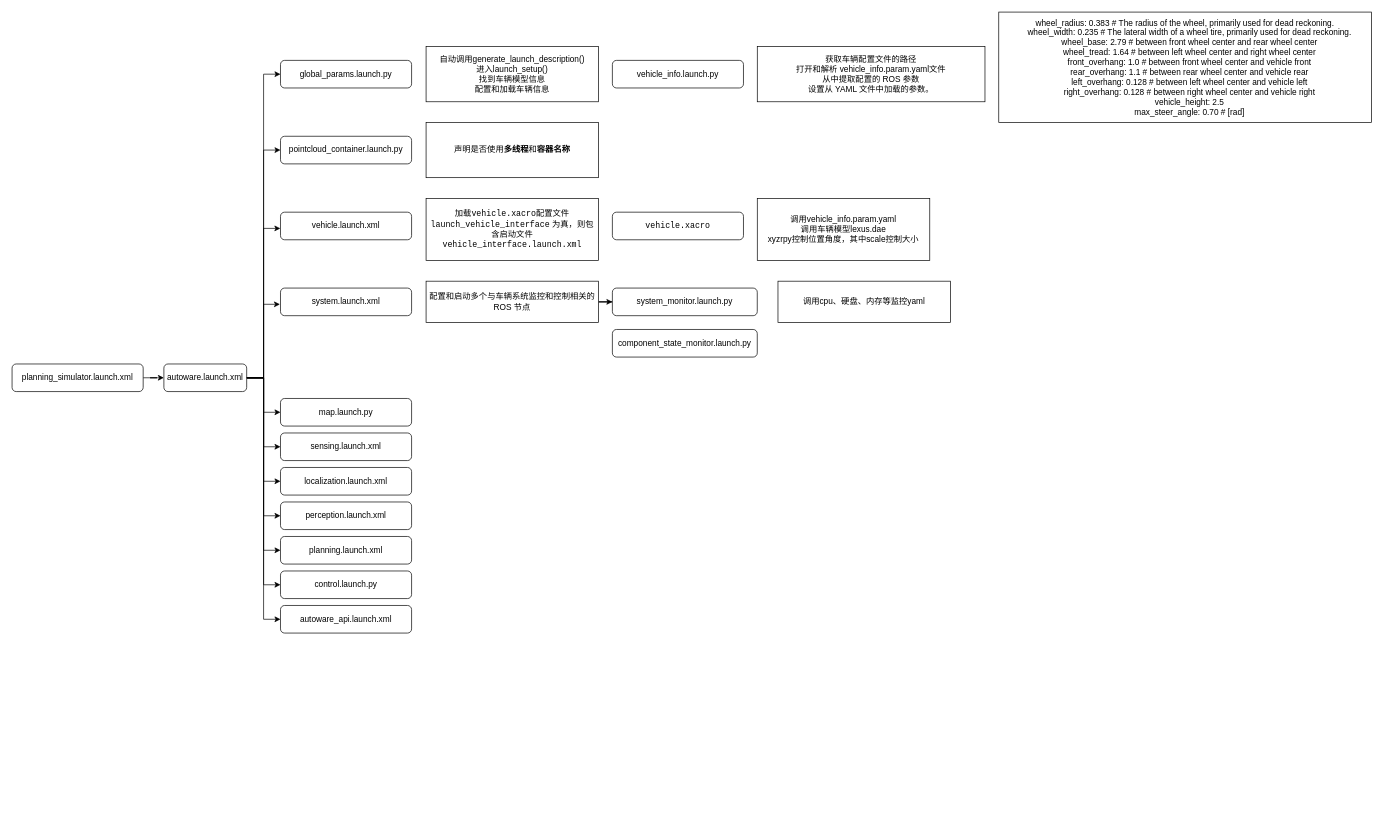
Before: autoware_launch.drawio in countsp/byd_autoware, a draw.io diagram. Source tidied: cells renumbered, new cells numbered last; positions are measured from the earlier drawing's top-left corner, leaving out a move shared by most shapes. Both pictures are drawn from the tidied source at 69%, with x=0, y=0 at pixel (12, 12).
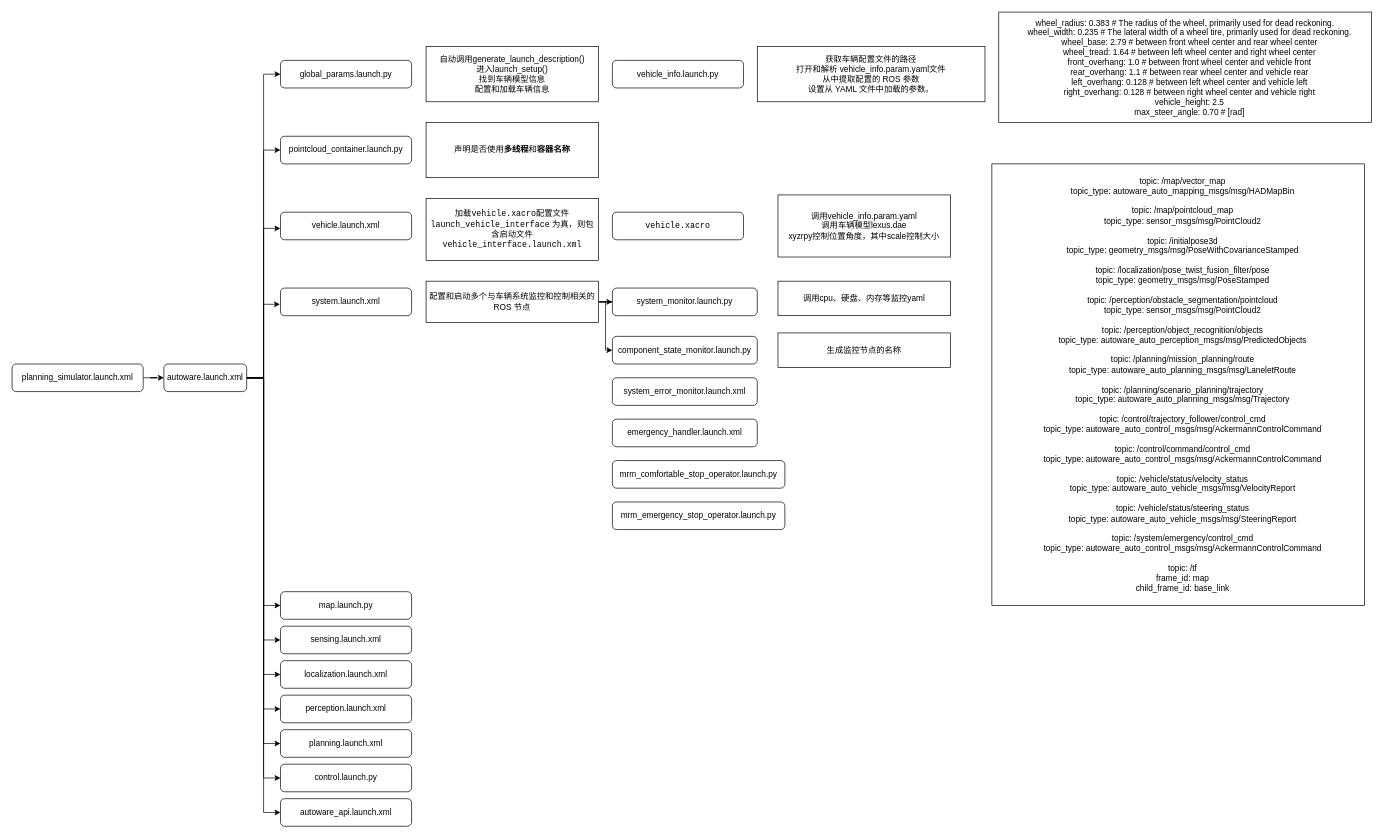
Above is the later version.

The change refers to these unchanged cells:
```xml
<mxCell id="36" value="配置和启动多个与车辆系统监控和控制相关的 ROS 节点" style="rounded=0;whiteSpace=wrap;html=1;" parent="1" vertex="1">
  <mxGeometry x="600" y="390" width="250" height="60" as="geometry" />
</mxCell>
```

Change to the diagram source:
```diff
@@
     <mxCell id="18" value="map.launch.py" style="rounded=1;whiteSpace=wrap;html=1;fontSize=12;glass=0;strokeWidth=1;shadow=0;" parent="1" vertex="1">
-      <mxGeometry x="389" y="560" width="190" height="40" as="geometry" />
+      <mxGeometry x="389" y="840" width="190" height="40" as="geometry" />
     </mxCell>
     <mxCell id="19" value="sensing.launch.xml" style="rounded=1;whiteSpace=wrap;html=1;fontSize=12;glass=0;strokeWidth=1;shadow=0;" parent="1" vertex="1">
-      <mxGeometry x="389" y="610" width="190" height="40" as="geometry" />
+      <mxGeometry x="389" y="890" width="190" height="40" as="geometry" />
     </mxCell>
     <mxCell id="20" value="localization.launch.xml" style="rounded=1;whiteSpace=wrap;html=1;fontSize=12;glass=0;strokeWidth=1;shadow=0;" parent="1" vertex="1">
-      <mxGeometry x="389" y="660" width="190" height="40" as="geometry" />
+      <mxGeometry x="389" y="940" width="190" height="40" as="geometry" />
     </mxCell>
     <mxCell id="21" value="perception.launch.xml" style="rounded=1;whiteSpace=wrap;html=1;fontSize=12;glass=0;strokeWidth=1;shadow=0;" parent="1" vertex="1">
-      <mxGeometry x="389" y="710" width="190" height="40" as="geometry" />
+      <mxGeometry x="389" y="990" width="190" height="40" as="geometry" />
     </mxCell>
     <mxCell id="22" value="planning.launch.xml" style="rounded=1;whiteSpace=wrap;html=1;fontSize=12;glass=0;strokeWidth=1;shadow=0;" parent="1" vertex="1">
-      <mxGeometry x="389" y="760" width="190" height="40" as="geometry" />
+      <mxGeometry x="389" y="1040" width="190" height="40" as="geometry" />
     </mxCell>
     <mxCell id="23" value="control.launch.py" style="rounded=1;whiteSpace=wrap;html=1;fontSize=12;glass=0;strokeWidth=1;shadow=0;" parent="1" vertex="1">
-      <mxGeometry x="389" y="810" width="190" height="40" as="geometry" />
+      <mxGeometry x="389" y="1090" width="190" height="40" as="geometry" />
     </mxCell>
@@
     <mxCell id="26" value="autoware_api.launch.xml" style="rounded=1;whiteSpace=wrap;html=1;fontSize=12;glass=0;strokeWidth=1;shadow=0;" parent="1" vertex="1">
-      <mxGeometry x="389" y="860" width="190" height="40" as="geometry" />
+      <mxGeometry x="389" y="1140" width="190" height="40" as="geometry" />
     </mxCell>
@@
     <mxCell id="34" value="&lt;div&gt;调用vehicle_info.param.yaml&lt;/div&gt;&lt;div&gt;调用车辆模型lexus.dae&lt;/div&gt;&lt;div&gt;xyzrpy控制位置角度，其中scale控制大小&lt;br&gt;&lt;/div&gt;" style="rounded=0;whiteSpace=wrap;html=1;" parent="1" vertex="1">
-      <mxGeometry x="1080" y="270" width="250" height="90" as="geometry" />
+      <mxGeometry x="1110" y="265" width="250" height="90" as="geometry" />
     </mxCell>
@@
+    <mxCell id="40" style="edgeStyle=orthogonalEdgeStyle;rounded=0;jettySize=auto;html=1;exitX=1;exitY=0.5;exitDx=0;exitDy=0;entryX=0;entryY=0.5;entryDx=0;entryDy=0;" parent="1" edge="1" source="36" target="39">
+      <mxGeometry relative="1" as="geometry">
+        <Array as="points">
+          <mxPoint x="860" y="420" />
+          <mxPoint x="860" y="490" />
+        </Array>
+      </mxGeometry>
+    </mxCell>
@@
     <mxCell id="38" value="调用cpu、硬盘、内存等监控yaml" style="rounded=0;whiteSpace=wrap;html=1;" parent="1" vertex="1">
-      <mxGeometry x="1110" y="390" width="250" height="60" as="geometry" />
+      <mxGeometry x="1110" y="390" width="250" height="50" as="geometry" />
     </mxCell>
     <mxCell id="39" value="component_state_monitor.launch.py" style="rounded=1;whiteSpace=wrap;html=1;fontSize=12;glass=0;strokeWidth=1;shadow=0;" parent="1" vertex="1">
-      <mxGeometry x="870" y="460" width="210" height="40" as="geometry" />
+      <mxGeometry x="870" y="470" width="210" height="40" as="geometry" />
     </mxCell>
+    <mxCell id="41" value="生成监控节点的名称" style="rounded=0;whiteSpace=wrap;html=1;" parent="1" vertex="1">
+      <mxGeometry x="1110" y="465" width="250" height="50" as="geometry" />
+    </mxCell>
+    <mxCell id="42" value="&lt;br&gt;&amp;nbsp;&amp;nbsp;&amp;nbsp; topic: /map/vector_map&lt;br&gt;&amp;nbsp;&amp;nbsp;&amp;nbsp; topic_type: autoware_auto_mapping_msgs/msg/HADMapBin&lt;br&gt;&amp;nbsp; &lt;br&gt;&amp;nbsp;&amp;nbsp;&amp;nbsp; topic: /map/pointcloud_map&lt;br&gt;&amp;nbsp;&amp;nbsp;&amp;nbsp; topic_type: sensor_msgs/msg/PointCloud2&lt;br&gt;&lt;br&gt;&amp;nbsp;&amp;nbsp;&amp;nbsp; topic: /initialpose3d&lt;br&gt;&amp;nbsp;&amp;nbsp;&amp;nbsp; topic_type: geometry_msgs/msg/PoseWithCovarianceStamped&lt;br&gt;&lt;br&gt;&amp;nbsp;&amp;nbsp;&amp;nbsp; topic: /localization/pose_twist_fusion_filter/pose&lt;br&gt;&amp;nbsp;&amp;nbsp;&amp;nbsp; topic_type: geometry_msgs/msg/PoseStamped&lt;br&gt;&lt;br&gt;&amp;nbsp;&amp;nbsp;&amp;nbsp; topic: /perception/obstacle_segmentation/pointcloud&lt;br&gt;&amp;nbsp;&amp;nbsp;&amp;nbsp; topic_type: sensor_msgs/msg/PointCloud2&lt;br&gt;&lt;br&gt;&amp;nbsp;&amp;nbsp;&amp;nbsp; topic: /perception/object_recognition/objects&lt;br&gt;&amp;nbsp;&amp;nbsp;&amp;nbsp; topic_type: autoware_auto_perception_msgs/msg/PredictedObjects&lt;br&gt;&amp;nbsp;&amp;nbsp; &lt;br&gt;&amp;nbsp;&amp;nbsp;&amp;nbsp; topic: /planning/mission_planning/route&lt;br&gt;&amp;nbsp;&amp;nbsp;&amp;nbsp; topic_type: autoware_auto_planning_msgs/msg/LaneletRoute&lt;br&gt;&amp;nbsp;&amp;nbsp; &lt;br&gt;&amp;nbsp;&amp;nbsp;&amp;nbsp; topic: /planning/scenario_planning/trajectory&lt;br&gt;&amp;nbsp;&amp;nbsp;&amp;nbsp; topic_type: autoware_auto_planning_msgs/msg/Trajectory&lt;br&gt;&amp;nbsp;&amp;nbsp;&amp;nbsp; &lt;br&gt;&amp;nbsp;&amp;nbsp;&amp;nbsp; topic: /control/trajectory_follower/control_cmd&lt;br&gt;&amp;nbsp;&amp;nbsp;&amp;nbsp; topic_type: autoware_auto_control_msgs/msg/AckermannControlCommand&lt;br&gt;&lt;br&gt;&amp;nbsp;&amp;nbsp;&amp;nbsp; topic: /control/command/control_cmd&lt;br&gt;&amp;nbsp;&amp;nbsp;&amp;nbsp; topic_type: autoware_auto_control_msgs/msg/AckermannControlCommand&lt;br&gt;&lt;br&gt;&amp;nbsp;&amp;nbsp;&amp;nbsp; topic: /vehicle/status/velocity_status&lt;br&gt;&amp;nbsp;&amp;nbsp;&amp;nbsp; topic_type: autoware_auto_vehicle_msgs/msg/VelocityReport&lt;br&gt;&lt;br&gt;&amp;nbsp;&amp;nbsp;&amp;nbsp; topic: /vehicle/status/steering_status&lt;br&gt;&lt;div&gt;&amp;nbsp;&amp;nbsp;&amp;nbsp; topic_type: autoware_auto_vehicle_msgs/msg/SteeringReport&lt;/div&gt;&lt;div&gt;&lt;br&gt;&lt;/div&gt;&amp;nbsp;&amp;nbsp;&amp;nbsp; topic: /system/emergency/control_cmd&lt;br&gt;&amp;nbsp;&amp;nbsp;&amp;nbsp; topic_type: autoware_auto_control_msgs/msg/AckermannControlCommand&lt;br&gt;&lt;br&gt;&amp;nbsp;&amp;nbsp;&amp;nbsp; topic: /tf&lt;br&gt;&amp;nbsp;&amp;nbsp;&amp;nbsp; frame_id: map&lt;br&gt;&amp;nbsp;&amp;nbsp;&amp;nbsp; child_frame_id: base_link&lt;div&gt;&lt;br&gt;&lt;/div&gt;" style="rounded=0;whiteSpace=wrap;html=1;" parent="1" vertex="1">
+      <mxGeometry x="1420" y="220" width="540" height="640" as="geometry" />
+    </mxCell>
+    <mxCell id="43" value="system_error_monitor.launch.xml" style="rounded=1;whiteSpace=wrap;html=1;fontSize=12;glass=0;strokeWidth=1;shadow=0;" parent="1" vertex="1">
+      <mxGeometry x="870" y="530" width="210" height="40" as="geometry" />
+    </mxCell>
+    <mxCell id="44" value="emergency_handler.launch.xml" style="rounded=1;whiteSpace=wrap;html=1;fontSize=12;glass=0;strokeWidth=1;shadow=0;" parent="1" vertex="1">
+      <mxGeometry x="870" y="590" width="210" height="40" as="geometry" />
+    </mxCell>
+    <mxCell id="45" value="mrm_comfortable_stop_operator.launch.py" style="rounded=1;whiteSpace=wrap;html=1;fontSize=12;glass=0;strokeWidth=1;shadow=0;" parent="1" vertex="1">
+      <mxGeometry x="870" y="650" width="250" height="40" as="geometry" />
+    </mxCell>
+    <mxCell id="46" value="mrm_emergency_stop_operator.launch.py" style="rounded=1;whiteSpace=wrap;html=1;fontSize=12;glass=0;strokeWidth=1;shadow=0;" parent="1" vertex="1">
+      <mxGeometry x="870" y="710" width="250" height="40" as="geometry" />
+    </mxCell>
```
